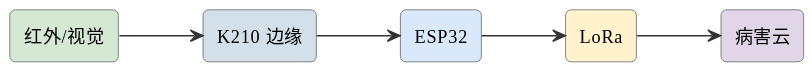
mingyi0818/IntelligentMcuCourse keeps this PlantUML diagram as assets/diagrams/ideas-fig31.svg. Above is the earlier version.
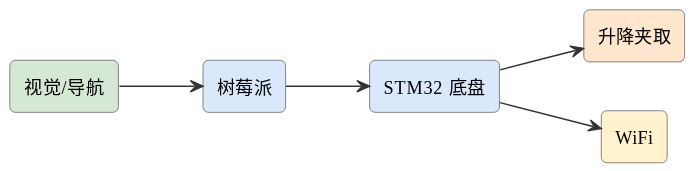
After the commit.

Diff of the diagram source:
```diff
@@ -6,13 +6,13 @@
 skinparam arrowFontSize 11
 skinparam arrowColor #333
 left to right direction
-rectangle "红外/视觉" as ir #d5e8d4
-rectangle "K210 边缘" as k210 #d3e0ea
-rectangle "ESP32" as esp #dae8fc
-rectangle "LoRa" as lora #fff2cc
-rectangle "病害云" as cloud #e1d5e8
-ir --> k210
-k210 --> esp
-esp --> lora
-lora --> cloud
+rectangle "视觉/导航" as nav #d5e8d4
+rectangle "树莓派" as pi #dae8fc
+rectangle "STM32 底盘" as stm #dae8fc
+rectangle "升降夹取" as lift #ffe6cc
+rectangle "WiFi" as wifi #fff2cc
+nav --> pi
+pi --> stm
+stm --> lift
+stm --> wifi
 @enduml
```
